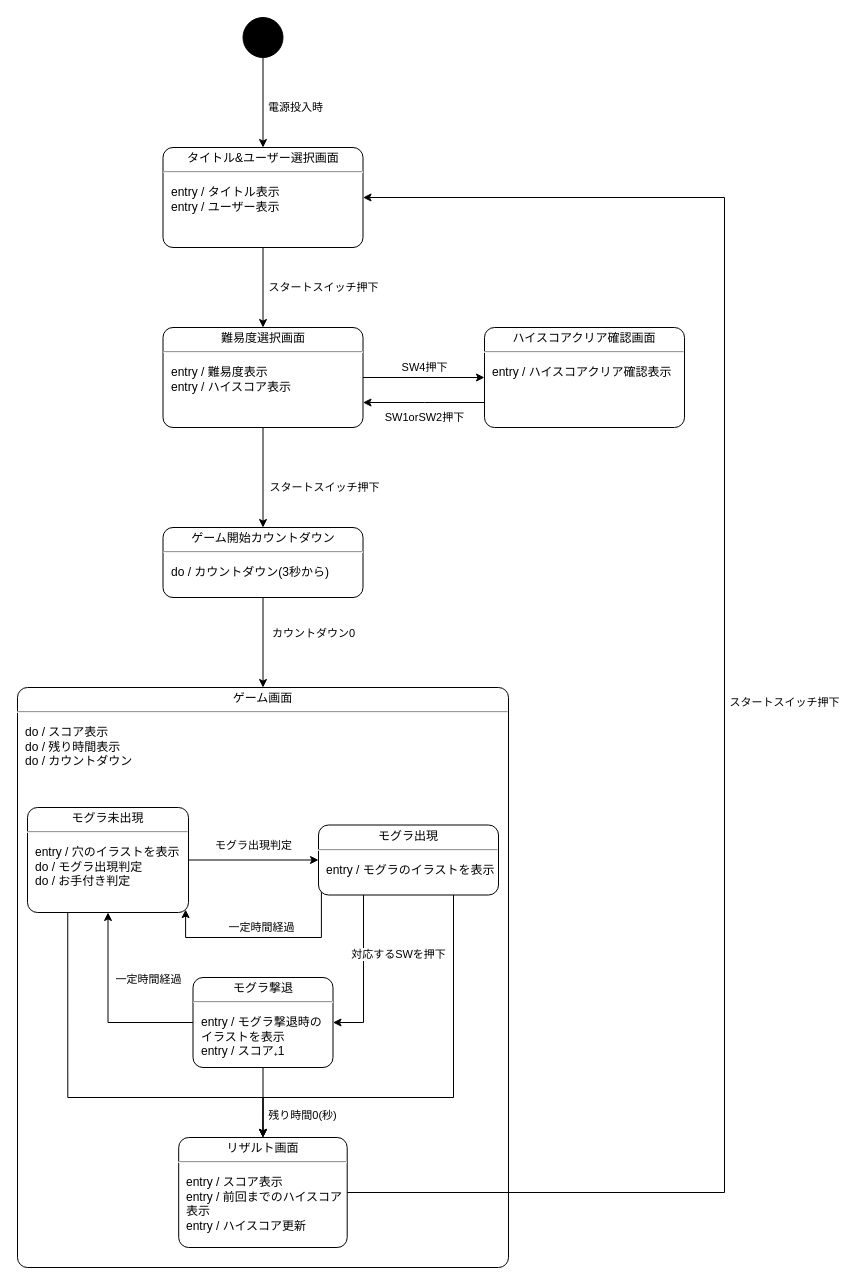
Earlier version of the draw.io diagram 資料/設計書/モグラ叩き_状態遷移.drawio (hakohumi/comp.train.whack-a-mole). Source tidied: cells renumbered, new cells numbered last; positions are measured from the earlier drawing's top-left corner, leaving out a move shared by most shapes. Both pictures are drawn from the tidied source at 100%, with x=0, y=0 at pixel (17, 17).
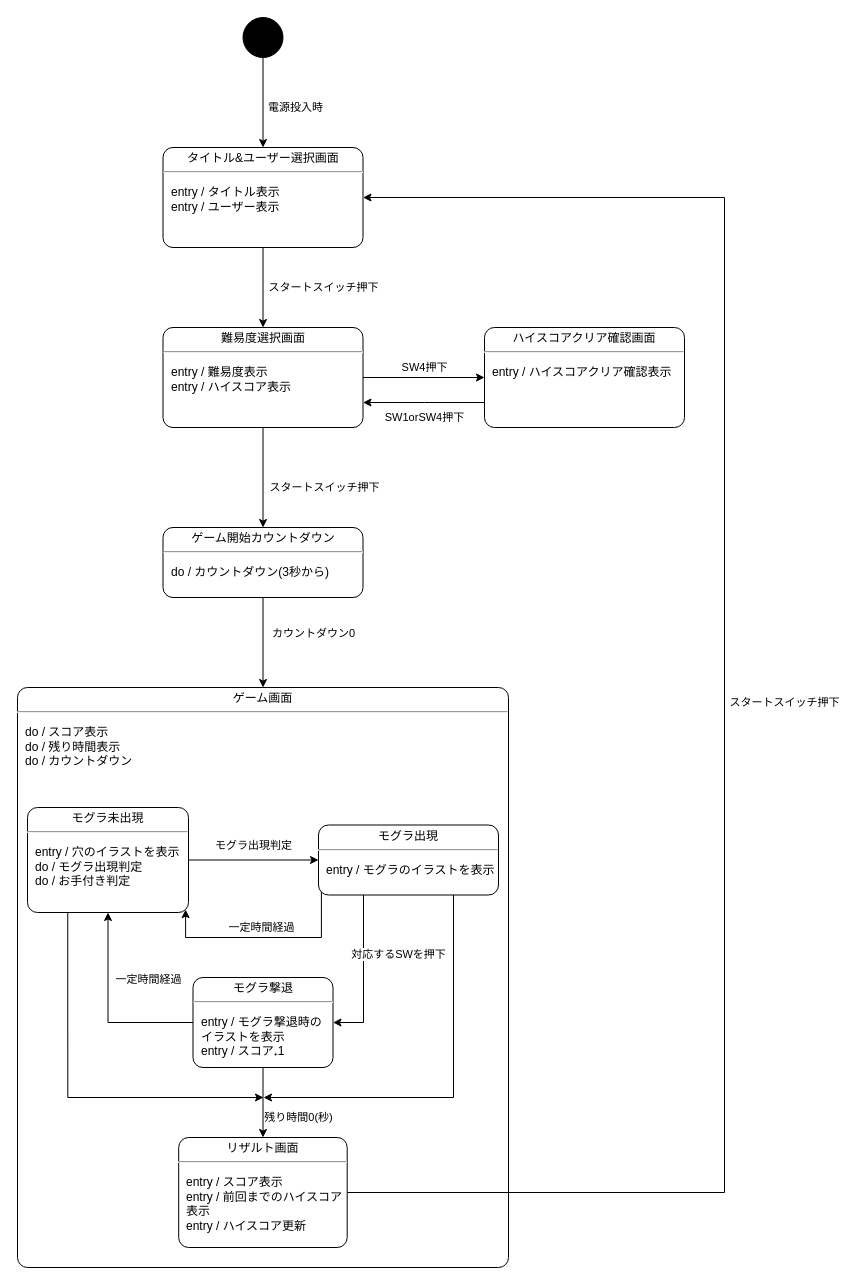
The same diagram, later.

Commit message:
設計/状態遷移図の作成 Fixes #11

The change refers to these unchanged cells:
```xml
<mxCell id="7" value="&lt;p style=&quot;margin: 0px ; margin-top: 4px ; text-align: center&quot;&gt;モグラ未出現&lt;/p&gt;&lt;hr&gt;&lt;p&gt;&lt;/p&gt;&lt;p style=&quot;margin: 0px ; margin-left: 8px ; text-align: left&quot;&gt;entry / 穴のイラストを表示&lt;/p&gt;&lt;p style=&quot;margin: 0px ; margin-left: 8px ; text-align: left&quot;&gt;do / モグラ出現判定&lt;/p&gt;&lt;p style=&quot;margin: 0px ; margin-left: 8px ; text-align: left&quot;&gt;do / お手付き判定&lt;br&gt;&lt;br&gt;&lt;/p&gt;" style="shape=mxgraph.sysml.simpleState;html=1;overflow=fill;whiteSpace=wrap;align=center;" parent="1" vertex="1">
  <mxGeometry x="10" y="790" width="161" height="105" as="geometry" />
</mxCell>
<mxCell id="11" value="&lt;p style=&quot;margin: 0px ; margin-top: 4px ; text-align: center&quot;&gt;モグラ出現&lt;/p&gt;&lt;hr&gt;&lt;p&gt;&lt;/p&gt;&lt;p style=&quot;margin: 0px ; margin-left: 8px ; text-align: left&quot;&gt;entry / モグラのイラストを表示&lt;br&gt;&lt;/p&gt;" style="shape=mxgraph.sysml.simpleState;html=1;overflow=fill;whiteSpace=wrap;align=center;" parent="1" vertex="1">
  <mxGeometry x="301" y="807.5" width="180" height="70" as="geometry" />
</mxCell>
<mxCell id="18" value="&lt;p style=&quot;margin: 0px ; margin-top: 4px ; text-align: center&quot;&gt;リザルト画面&lt;/p&gt;&lt;hr&gt;&lt;p&gt;&lt;/p&gt;&lt;p style=&quot;margin: 0px ; margin-left: 8px ; text-align: left&quot;&gt;entry / スコア表示&lt;/p&gt;&lt;p style=&quot;margin: 0px ; margin-left: 8px ; text-align: left&quot;&gt;entry / 前回までのハイスコア表示&lt;/p&gt;&lt;p style=&quot;margin: 0px ; margin-left: 8px ; text-align: left&quot;&gt;entry / ハイスコア更新&lt;/p&gt;&lt;p style=&quot;margin: 0px ; margin-left: 8px ; text-align: left&quot;&gt;&lt;br&gt;&lt;/p&gt;" style="shape=mxgraph.sysml.simpleState;html=1;overflow=fill;whiteSpace=wrap;align=center;" parent="1" vertex="1">
  <mxGeometry x="161.2" y="1120" width="168.5" height="110" as="geometry" />
</mxCell>
<mxCell id="23" value="&lt;p style=&quot;margin: 0px ; margin-top: 4px ; text-align: center&quot;&gt;難易度選択画面&lt;/p&gt;&lt;hr&gt;&lt;p&gt;&lt;/p&gt;&lt;p style=&quot;margin: 0px ; margin-left: 8px ; text-align: left&quot;&gt;entry / 難易度表示&lt;/p&gt;&lt;p style=&quot;margin: 0px ; margin-left: 8px ; text-align: left&quot;&gt;&lt;span&gt;entry / ハイスコア表示&lt;/span&gt;&lt;br&gt;&lt;/p&gt;&lt;p style=&quot;margin: 0px ; margin-left: 8px ; text-align: left&quot;&gt;&lt;br&gt;&lt;/p&gt;" style="shape=mxgraph.sysml.simpleState;html=1;overflow=fill;whiteSpace=wrap;align=center;" parent="1" vertex="1">
  <mxGeometry x="145.5" y="310" width="200" height="100" as="geometry" />
</mxCell>
<mxCell id="25" value="&lt;p style=&quot;margin: 0px ; margin-top: 4px ; text-align: center&quot;&gt;ハイスコアクリア確認画面&lt;/p&gt;&lt;hr&gt;&lt;p&gt;&lt;/p&gt;&lt;p style=&quot;margin: 0px ; margin-left: 8px ; text-align: left&quot;&gt;entry / ハイスコアクリア確認表示&lt;/p&gt;&lt;p style=&quot;margin: 0px ; margin-left: 8px ; text-align: left&quot;&gt;&lt;br&gt;&lt;/p&gt;" style="shape=mxgraph.sysml.simpleState;html=1;overflow=fill;whiteSpace=wrap;align=center;" parent="1" vertex="1">
  <mxGeometry x="467" y="310" width="200" height="100" as="geometry" />
</mxCell>
```

The edit, as a diff of the source:
```diff
@@
-    <mxCell id="6" style="edgeStyle=orthogonalEdgeStyle;rounded=0;jettySize=auto;html=1;exitX=0.25;exitY=1;exitDx=0;exitDy=0;exitPerimeter=0;entryX=0.5;entryY=0;entryDx=0;entryDy=0;entryPerimeter=0;" parent="1" edge="1" source="7" target="18">
+    <mxCell id="6" style="edgeStyle=orthogonalEdgeStyle;rounded=0;jettySize=auto;html=1;exitX=0.25;exitY=1;exitDx=0;exitDy=0;exitPerimeter=0;" parent="1" edge="1" source="7">
       <mxGeometry relative="1" as="geometry">
+        <mxPoint x="246" y="1080" as="targetPoint" />
         <Array as="points">
           <mxPoint x="50" y="1080" />
           <mxPoint x="246" y="1080" />
         </Array>
       </mxGeometry>
     </mxCell>
@@
-    <mxCell id="10" value="残り時間0(秒)" style="edgeStyle=orthogonalEdgeStyle;rounded=0;jettySize=auto;html=1;exitX=0.75;exitY=1;exitDx=0;exitDy=0;exitPerimeter=0;entryX=0.5;entryY=0;entryDx=0;entryDy=0;entryPerimeter=0;" parent="1" edge="1" source="11" target="18">
-      <mxGeometry x="0.9" y="40" relative="1" as="geometry">
+    <mxCell id="10" value="残り時間0(秒)" style="edgeStyle=orthogonalEdgeStyle;rounded=0;jettySize=auto;html=1;exitX=0.75;exitY=1;exitDx=0;exitDy=0;exitPerimeter=0;" parent="1" edge="1" source="11">
+      <mxGeometry x="0.83" y="20" relative="1" as="geometry">
+        <mxPoint x="246" y="1080" as="targetPoint" />
         <Array as="points">
           <mxPoint x="436" y="1080" />
           <mxPoint x="246" y="1080" />
         </Array>
+        <mxPoint x="1" as="offset" />
       </mxGeometry>
     </mxCell>
@@
-    <mxCell id="24" value="SW1orSW2押下" style="edgeStyle=orthogonalEdgeStyle;rounded=0;jettySize=auto;html=1;exitX=0;exitY=0.75;exitDx=0;exitDy=0;exitPerimeter=0;entryX=1;entryY=0.75;entryDx=0;entryDy=0;entryPerimeter=0;startArrow=none;startFill=0;" parent="1" edge="1" source="25" target="23">
+    <mxCell id="24" value="SW1orSW4押下" style="edgeStyle=orthogonalEdgeStyle;rounded=0;jettySize=auto;html=1;exitX=0;exitY=0.75;exitDx=0;exitDy=0;exitPerimeter=0;entryX=1;entryY=0.75;entryDx=0;entryDy=0;entryPerimeter=0;startArrow=none;startFill=0;" parent="1" edge="1" source="25" target="23">
       <mxGeometry x="-0.01" y="15" relative="1" as="geometry">
         <Array as="points">
           <mxPoint x="407" y="385" />
           <mxPoint x="407" y="385" />
         </Array>
       </mxGeometry>
     </mxCell>
```
